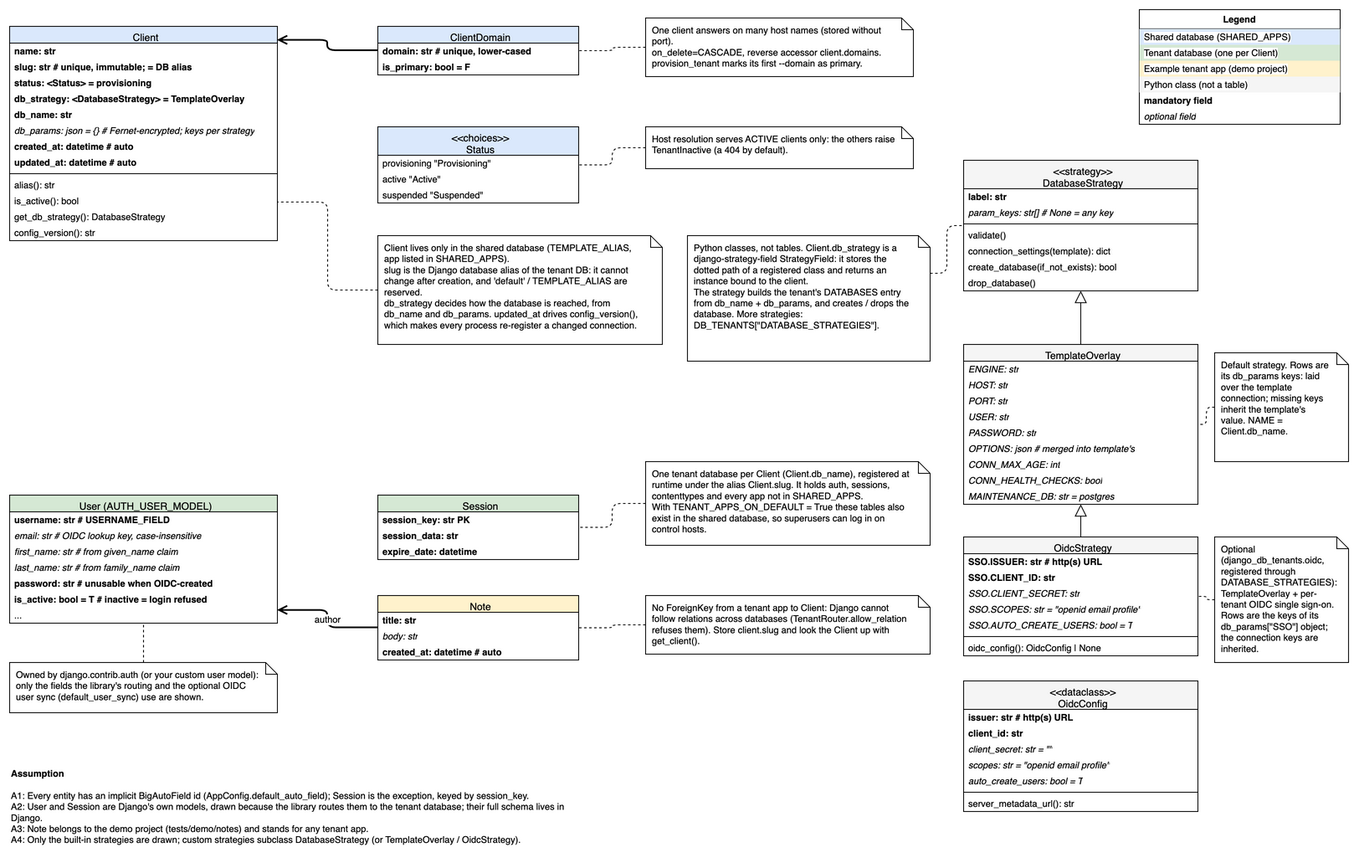
Above: docs/development-guide/models/data-model.drawio.png in GigiusB/django-db-tenants (draw.io), before the change. Source tidied: cells renumbered, new cells last; positions are measured from the earlier drawing's top-left corner, leaving out a move shared by most shapes.
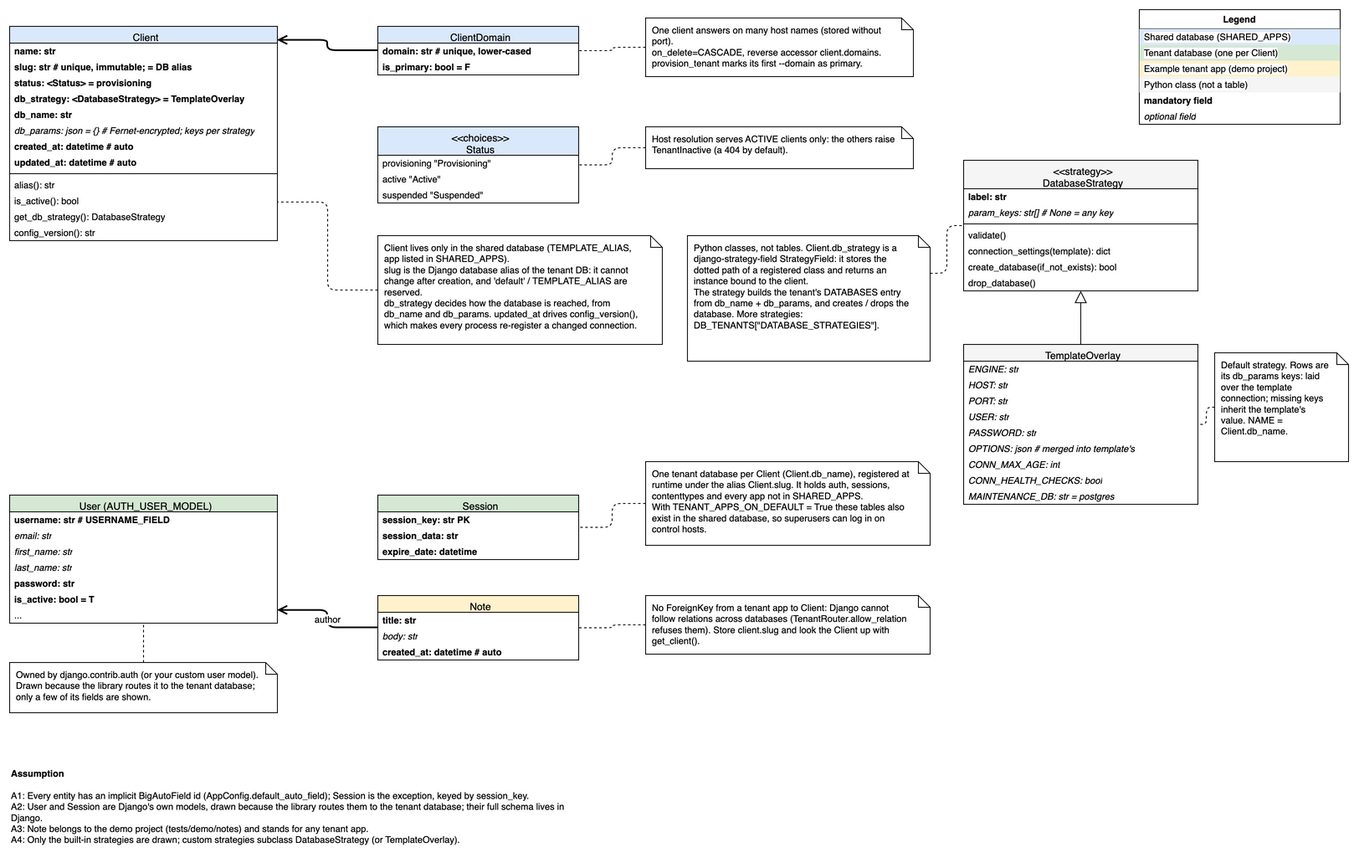
Above is the later version.

Change to the diagram source:
```diff
@@ -140,36 +140,9 @@
     <mxCell id="47" value="MAINTENANCE_DB: str = postgres" style="text;strokeColor=none;fillColor=none;align=left;verticalAlign=middle;spacingLeft=4;spacingRight=4;overflow=hidden;whiteSpace=wrap;html=1;fontFamily=Helvetica;fontSize=11;fontColor=default;labelBackgroundColor=default;fontStyle=2;" parent="38" vertex="1">
       <mxGeometry y="172" width="280" height="19" as="geometry" />
     </mxCell>
-    <mxCell id="48" value="OidcStrategy" style="swimlane;fontStyle=0;align=center;verticalAlign=top;horizontal=1;startSize=20;labelBackgroundColor=none;fillColor=default;strokeColor=#000000;spacingLeft=6;fillColor=#F5F5F5;" parent="1" vertex="1">
-      <mxGeometry x="1140" y="630" width="280" height="142" as="geometry" />
-    </mxCell>
-    <mxCell id="49" value="SSO.ISSUER: str # http(s) URL" style="text;strokeColor=none;fillColor=none;align=left;verticalAlign=middle;spacingLeft=4;spacingRight=4;overflow=hidden;whiteSpace=wrap;html=1;fontFamily=Helvetica;fontSize=11;fontColor=default;labelBackgroundColor=default;fontStyle=1;" parent="48" vertex="1">
-      <mxGeometry y="20" width="280" height="19" as="geometry" />
-    </mxCell>
-    <mxCell id="50" value="SSO.CLIENT_ID: str" style="text;strokeColor=none;fillColor=none;align=left;verticalAlign=middle;spacingLeft=4;spacingRight=4;overflow=hidden;whiteSpace=wrap;html=1;fontFamily=Helvetica;fontSize=11;fontColor=default;labelBackgroundColor=default;fontStyle=1;" parent="48" vertex="1">
-      <mxGeometry y="39" width="280" height="19" as="geometry" />
-    </mxCell>
-    <mxCell id="51" value="SSO.CLIENT_SECRET: str" style="text;strokeColor=none;fillColor=none;align=left;verticalAlign=middle;spacingLeft=4;spacingRight=4;overflow=hidden;whiteSpace=wrap;html=1;fontFamily=Helvetica;fontSize=11;fontColor=default;labelBackgroundColor=default;fontStyle=2;" parent="48" vertex="1">
-      <mxGeometry y="58" width="280" height="19" as="geometry" />
-    </mxCell>
-    <mxCell id="52" value="SSO.SCOPES: str = &amp;quot;openid email profile&amp;quot;" style="text;strokeColor=none;fillColor=none;align=left;verticalAlign=middle;spacingLeft=4;spacingRight=4;overflow=hidden;whiteSpace=wrap;html=1;fontFamily=Helvetica;fontSize=11;fontColor=default;labelBackgroundColor=default;fontStyle=2;" parent="48" vertex="1">
-      <mxGeometry y="77" width="280" height="19" as="geometry" />
-    </mxCell>
-    <mxCell id="53" value="SSO.AUTO_CREATE_USERS: bool = T" style="text;strokeColor=none;fillColor=none;align=left;verticalAlign=middle;spacingLeft=4;spacingRight=4;overflow=hidden;whiteSpace=wrap;html=1;fontFamily=Helvetica;fontSize=11;fontColor=default;labelBackgroundColor=default;fontStyle=2;" parent="48" vertex="1">
-      <mxGeometry y="96" width="280" height="19" as="geometry" />
-    </mxCell>
-    <mxCell id="54" style="line;strokeWidth=1;fillColor=none;align=left;verticalAlign=middle;spacingTop=-1;spacingLeft=3;spacingRight=3;labelPosition=right;strokeColor=inherit;" parent="48" vertex="1">
-      <mxGeometry y="115" width="280" height="8" as="geometry" />
-    </mxCell>
-    <mxCell id="55" value="oidc_config(): OidcConfig | None" style="text;strokeColor=none;fillColor=none;align=left;verticalAlign=middle;spacingLeft=4;spacingRight=4;overflow=hidden;whiteSpace=wrap;html=1;fontFamily=Helvetica;fontSize=11;fontColor=default;labelBackgroundColor=default;" parent="48" vertex="1">
-      <mxGeometry y="123" width="280" height="19" as="geometry" />
-    </mxCell>
     <mxCell id="56" style="edgeStyle=orthogonalEdgeStyle;rounded=1;html=1;endArrow=block;endFill=0;endSize=12;jumpStyle=arc;exitX=0.5;exitY=0;entryX=0.5;entryY=1;" parent="1" edge="1" source="38" target="30">
       <mxGeometry relative="1" as="geometry" />
     </mxCell>
-    <mxCell id="57" style="edgeStyle=orthogonalEdgeStyle;rounded=1;html=1;endArrow=block;endFill=0;endSize=12;jumpStyle=arc;exitX=0.5;exitY=0;entryX=0.5;entryY=1;" parent="1" edge="1" source="48" target="38">
-      <mxGeometry relative="1" as="geometry" />
-    </mxCell>
     <mxCell id="58" value="Python classes, not tables. Client.db_strategy is a django-strategy-field StrategyField: it stores the dotted path of a registered class and returns an instance bound to the client.&lt;br&gt;The strategy builds the tenant's DATABASES entry from db_name + db_params, and creates / drops the database. More strategies: DB_TENANTS[&quot;DATABASE_STRATEGIES&quot;]." style="shape=note;whiteSpace=wrap;html=1;backgroundOutline=1;size=14;align=left;verticalAlign=top;spacingLeft=6;spacingTop=2;spacingRight=20;fontFamily=Helvetica;fontSize=11;" parent="1" vertex="1">
       <mxGeometry x="810" y="270" width="290" height="150" as="geometry" />
     </mxCell>
@@ -179,58 +152,28 @@
     <mxCell id="60" value="Default strategy. Rows are its db_params keys: laid over the template connection; missing keys inherit the template's value. NAME = Client.db_name." style="shape=note;whiteSpace=wrap;html=1;backgroundOutline=1;size=14;align=left;verticalAlign=top;spacingLeft=6;spacingTop=2;spacingRight=20;fontFamily=Helvetica;fontSize=11;" parent="1" vertex="1">
       <mxGeometry x="1440" y="410" width="160" height="130" as="geometry" />
     </mxCell>
-    <mxCell id="61" value="Optional (django_db_tenants.oidc, registered through DATABASE_STRATEGIES): TemplateOverlay + per-tenant OIDC single sign-on. Rows are the keys of its db_params[&quot;SSO&quot;] object; the connection keys are inherited." style="shape=note;whiteSpace=wrap;html=1;backgroundOutline=1;size=14;align=left;verticalAlign=top;spacingLeft=6;spacingTop=2;spacingRight=20;fontFamily=Helvetica;fontSize=11;" parent="1" vertex="1">
-      <mxGeometry x="1440" y="630" width="160" height="150" as="geometry" />
-    </mxCell>
-    <mxCell id="62" value="&lt;&lt;dataclass&gt;&gt;&#10;OidcConfig" style="swimlane;fontStyle=0;align=center;verticalAlign=top;horizontal=1;startSize=20;labelBackgroundColor=none;fillColor=default;strokeColor=#000000;spacingLeft=6;fillColor=#F5F5F5;startSize=34;" parent="1" vertex="1">
-      <mxGeometry x="1140" y="802" width="280" height="156" as="geometry" />
-    </mxCell>
-    <mxCell id="63" value="issuer: str # http(s) URL" style="text;strokeColor=none;fillColor=none;align=left;verticalAlign=middle;spacingLeft=4;spacingRight=4;overflow=hidden;whiteSpace=wrap;html=1;fontFamily=Helvetica;fontSize=11;fontColor=default;labelBackgroundColor=default;fontStyle=1;" parent="62" vertex="1">
-      <mxGeometry y="34" width="280" height="19" as="geometry" />
-    </mxCell>
-    <mxCell id="64" value="client_id: str" style="text;strokeColor=none;fillColor=none;align=left;verticalAlign=middle;spacingLeft=4;spacingRight=4;overflow=hidden;whiteSpace=wrap;html=1;fontFamily=Helvetica;fontSize=11;fontColor=default;labelBackgroundColor=default;fontStyle=1;" parent="62" vertex="1">
-      <mxGeometry y="53" width="280" height="19" as="geometry" />
-    </mxCell>
-    <mxCell id="65" value="client_secret: str = &amp;quot;&amp;quot;" style="text;strokeColor=none;fillColor=none;align=left;verticalAlign=middle;spacingLeft=4;spacingRight=4;overflow=hidden;whiteSpace=wrap;html=1;fontFamily=Helvetica;fontSize=11;fontColor=default;labelBackgroundColor=default;fontStyle=2;" parent="62" vertex="1">
-      <mxGeometry y="72" width="280" height="19" as="geometry" />
-    </mxCell>
-    <mxCell id="66" value="scopes: str = &amp;quot;openid email profile&amp;quot;" style="text;strokeColor=none;fillColor=none;align=left;verticalAlign=middle;spacingLeft=4;spacingRight=4;overflow=hidden;whiteSpace=wrap;html=1;fontFamily=Helvetica;fontSize=11;fontColor=default;labelBackgroundColor=default;fontStyle=2;" parent="62" vertex="1">
-      <mxGeometry y="91" width="280" height="19" as="geometry" />
-    </mxCell>
-    <mxCell id="67" value="auto_create_users: bool = T" style="text;strokeColor=none;fillColor=none;align=left;verticalAlign=middle;spacingLeft=4;spacingRight=4;overflow=hidden;whiteSpace=wrap;html=1;fontFamily=Helvetica;fontSize=11;fontColor=default;labelBackgroundColor=default;fontStyle=2;" parent="62" vertex="1">
-      <mxGeometry y="110" width="280" height="19" as="geometry" />
-    </mxCell>
-    <mxCell id="68" style="line;strokeWidth=1;fillColor=none;align=left;verticalAlign=middle;spacingTop=-1;spacingLeft=3;spacingRight=3;labelPosition=right;strokeColor=inherit;" parent="62" vertex="1">
-      <mxGeometry y="129" width="280" height="8" as="geometry" />
-    </mxCell>
-    <mxCell id="69" value="server_metadata_url(): str" style="text;strokeColor=none;fillColor=none;align=left;verticalAlign=middle;spacingLeft=4;spacingRight=4;overflow=hidden;whiteSpace=wrap;html=1;fontFamily=Helvetica;fontSize=11;fontColor=default;labelBackgroundColor=default;" parent="62" vertex="1">
-      <mxGeometry y="137" width="280" height="19" as="geometry" />
-    </mxCell>
     <mxCell id="70" style="edgeStyle=orthogonalEdgeStyle;rounded=1;html=1;endArrow=none;dashed=1;jumpStyle=arc;exitX=0;exitY=0.5;entryX=1;entryY=0.5;" parent="1" edge="1" source="60" target="38">
       <mxGeometry relative="1" as="geometry" />
     </mxCell>
-    <mxCell id="71" style="edgeStyle=orthogonalEdgeStyle;rounded=1;html=1;endArrow=none;dashed=1;jumpStyle=arc;exitX=0;exitY=0.5;entryX=1;entryY=0.5;" parent="1" edge="1" source="61" target="48">
-      <mxGeometry relative="1" as="geometry" />
-    </mxCell>
     <mxCell id="72" value="User (AUTH_USER_MODEL)" style="swimlane;fontStyle=0;align=center;verticalAlign=top;horizontal=1;startSize=20;labelBackgroundColor=none;fillColor=default;strokeColor=#000000;spacingLeft=6;fillColor=#D5E8D4;" parent="1" vertex="1">
       <mxGeometry y="580" width="320" height="153" as="geometry" />
     </mxCell>
     <mxCell id="73" value="username: str # USERNAME_FIELD" style="text;strokeColor=none;fillColor=none;align=left;verticalAlign=middle;spacingLeft=4;spacingRight=4;overflow=hidden;whiteSpace=wrap;html=1;fontFamily=Helvetica;fontSize=11;fontColor=default;labelBackgroundColor=default;fontStyle=1;" parent="72" vertex="1">
       <mxGeometry y="20" width="320" height="19" as="geometry" />
     </mxCell>
-    <mxCell id="74" value="email: str # OIDC lookup key, case-insensitive" style="text;strokeColor=none;fillColor=none;align=left;verticalAlign=middle;spacingLeft=4;spacingRight=4;overflow=hidden;whiteSpace=wrap;html=1;fontFamily=Helvetica;fontSize=11;fontColor=default;labelBackgroundColor=default;fontStyle=2;" parent="72" vertex="1">
+    <mxCell id="74" value="email: str" style="text;strokeColor=none;fillColor=none;align=left;verticalAlign=middle;spacingLeft=4;spacingRight=4;overflow=hidden;whiteSpace=wrap;html=1;fontFamily=Helvetica;fontSize=11;fontColor=default;labelBackgroundColor=default;fontStyle=2;" parent="72" vertex="1">
       <mxGeometry y="39" width="320" height="19" as="geometry" />
     </mxCell>
-    <mxCell id="75" value="first_name: str # from given_name claim" style="text;strokeColor=none;fillColor=none;align=left;verticalAlign=middle;spacingLeft=4;spacingRight=4;overflow=hidden;whiteSpace=wrap;html=1;fontFamily=Helvetica;fontSize=11;fontColor=default;labelBackgroundColor=default;fontStyle=2;" parent="72" vertex="1">
+    <mxCell id="75" value="first_name: str" style="text;strokeColor=none;fillColor=none;align=left;verticalAlign=middle;spacingLeft=4;spacingRight=4;overflow=hidden;whiteSpace=wrap;html=1;fontFamily=Helvetica;fontSize=11;fontColor=default;labelBackgroundColor=default;fontStyle=2;" parent="72" vertex="1">
       <mxGeometry y="58" width="320" height="19" as="geometry" />
     </mxCell>
-    <mxCell id="76" value="last_name: str # from family_name claim" style="text;strokeColor=none;fillColor=none;align=left;verticalAlign=middle;spacingLeft=4;spacingRight=4;overflow=hidden;whiteSpace=wrap;html=1;fontFamily=Helvetica;fontSize=11;fontColor=default;labelBackgroundColor=default;fontStyle=2;" parent="72" vertex="1">
+    <mxCell id="76" value="last_name: str" style="text;strokeColor=none;fillColor=none;align=left;verticalAlign=middle;spacingLeft=4;spacingRight=4;overflow=hidden;whiteSpace=wrap;html=1;fontFamily=Helvetica;fontSize=11;fontColor=default;labelBackgroundColor=default;fontStyle=2;" parent="72" vertex="1">
       <mxGeometry y="77" width="320" height="19" as="geometry" />
     </mxCell>
-    <mxCell id="77" value="password: str # unusable when OIDC-created" style="text;strokeColor=none;fillColor=none;align=left;verticalAlign=middle;spacingLeft=4;spacingRight=4;overflow=hidden;whiteSpace=wrap;html=1;fontFamily=Helvetica;fontSize=11;fontColor=default;labelBackgroundColor=default;fontStyle=1;" parent="72" vertex="1">
+    <mxCell id="77" value="password: str" style="text;strokeColor=none;fillColor=none;align=left;verticalAlign=middle;spacingLeft=4;spacingRight=4;overflow=hidden;whiteSpace=wrap;html=1;fontFamily=Helvetica;fontSize=11;fontColor=default;labelBackgroundColor=default;fontStyle=1;" parent="72" vertex="1">
       <mxGeometry y="96" width="320" height="19" as="geometry" />
     </mxCell>
-    <mxCell id="78" value="is_active: bool = T # inactive = login refused" style="text;strokeColor=none;fillColor=none;align=left;verticalAlign=middle;spacingLeft=4;spacingRight=4;overflow=hidden;whiteSpace=wrap;html=1;fontFamily=Helvetica;fontSize=11;fontColor=default;labelBackgroundColor=default;fontStyle=1;" parent="72" vertex="1">
+    <mxCell id="78" value="is_active: bool = T" style="text;strokeColor=none;fillColor=none;align=left;verticalAlign=middle;spacingLeft=4;spacingRight=4;overflow=hidden;whiteSpace=wrap;html=1;fontFamily=Helvetica;fontSize=11;fontColor=default;labelBackgroundColor=default;fontStyle=1;" parent="72" vertex="1">
       <mxGeometry y="115" width="320" height="19" as="geometry" />
     </mxCell>
     <mxCell id="79" value="..." style="text;strokeColor=none;fillColor=none;align=left;verticalAlign=middle;spacingLeft=4;spacingRight=4;overflow=hidden;whiteSpace=wrap;html=1;fontFamily=Helvetica;fontSize=11;fontColor=default;labelBackgroundColor=default;" parent="72" vertex="1">
@@ -275,13 +218,13 @@
     <mxCell id="92" style="edgeStyle=orthogonalEdgeStyle;rounded=1;html=1;endArrow=none;dashed=1;jumpStyle=arc;exitX=0;exitY=0.5;entryX=1;entryY=0.5;" parent="1" edge="1" source="91" target="84">
       <mxGeometry relative="1" as="geometry" />
     </mxCell>
-    <mxCell id="93" value="Owned by django.contrib.auth (or your custom user model): only the fields the library's routing and the optional OIDC user sync (default_user_sync) use are shown." style="shape=note;whiteSpace=wrap;html=1;backgroundOutline=1;size=14;align=left;verticalAlign=top;spacingLeft=6;spacingTop=2;spacingRight=20;fontFamily=Helvetica;fontSize=11;" parent="1" vertex="1">
+    <mxCell id="93" value="Owned by django.contrib.auth (or your custom user model). Drawn because the library routes it to the tenant database; only a few of its fields are shown." style="shape=note;whiteSpace=wrap;html=1;backgroundOutline=1;size=14;align=left;verticalAlign=top;spacingLeft=6;spacingTop=2;spacingRight=20;fontFamily=Helvetica;fontSize=11;" parent="1" vertex="1">
       <mxGeometry y="780" width="320" height="60" as="geometry" />
     </mxCell>
     <mxCell id="94" style="edgeStyle=orthogonalEdgeStyle;rounded=1;html=1;endArrow=none;dashed=1;jumpStyle=arc;exitX=0.5;exitY=0;entryX=0.5;entryY=1;" parent="1" edge="1" source="93" target="72">
       <mxGeometry relative="1" as="geometry" />
     </mxCell>
-    <mxCell id="95" value="&lt;b&gt;Assumption&lt;/b&gt;&lt;br&gt;&lt;br&gt;A1: Every entity has an implicit BigAutoField id (AppConfig.default_auto_field); Session is the exception, keyed by session_key.&lt;br&gt;A2: User and Session are Django's own models, drawn because the library routes them to the tenant database; their full schema lives in Django.&lt;br&gt;A3: Note belongs to the demo project (tests/demo/notes) and stands for any tenant app.&lt;br&gt;A4: Only the built-in strategies are drawn; custom strategies subclass DatabaseStrategy (or TemplateOverlay / OidcStrategy)." style="text;html=1;whiteSpace=wrap;overflow=hidden;rounded=0;fontFamily=Helvetica;fontSize=11;fontColor=default;labelBackgroundColor=default;" parent="1" vertex="1">
+    <mxCell id="95" value="&lt;b&gt;Assumption&lt;/b&gt;&lt;br&gt;&lt;br&gt;A1: Every entity has an implicit BigAutoField id (AppConfig.default_auto_field); Session is the exception, keyed by session_key.&lt;br&gt;A2: User and Session are Django's own models, drawn because the library routes them to the tenant database; their full schema lives in Django.&lt;br&gt;A3: Note belongs to the demo project (tests/demo/notes) and stands for any tenant app.&lt;br&gt;A4: Only the built-in strategies are drawn; custom strategies subclass DatabaseStrategy (or TemplateOverlay)." style="text;html=1;whiteSpace=wrap;overflow=hidden;rounded=0;fontFamily=Helvetica;fontSize=11;fontColor=default;labelBackgroundColor=default;" parent="1" vertex="1">
       <mxGeometry y="900" width="680" height="110" as="geometry" />
     </mxCell>
     <mxCell id="96" value="Legend" style="swimlane;whiteSpace=wrap;html=1;fontFamily=Helvetica;fontSize=11;fontColor=default;fontStyle=1;labelBackgroundColor=default;" parent="1" vertex="1">
```
